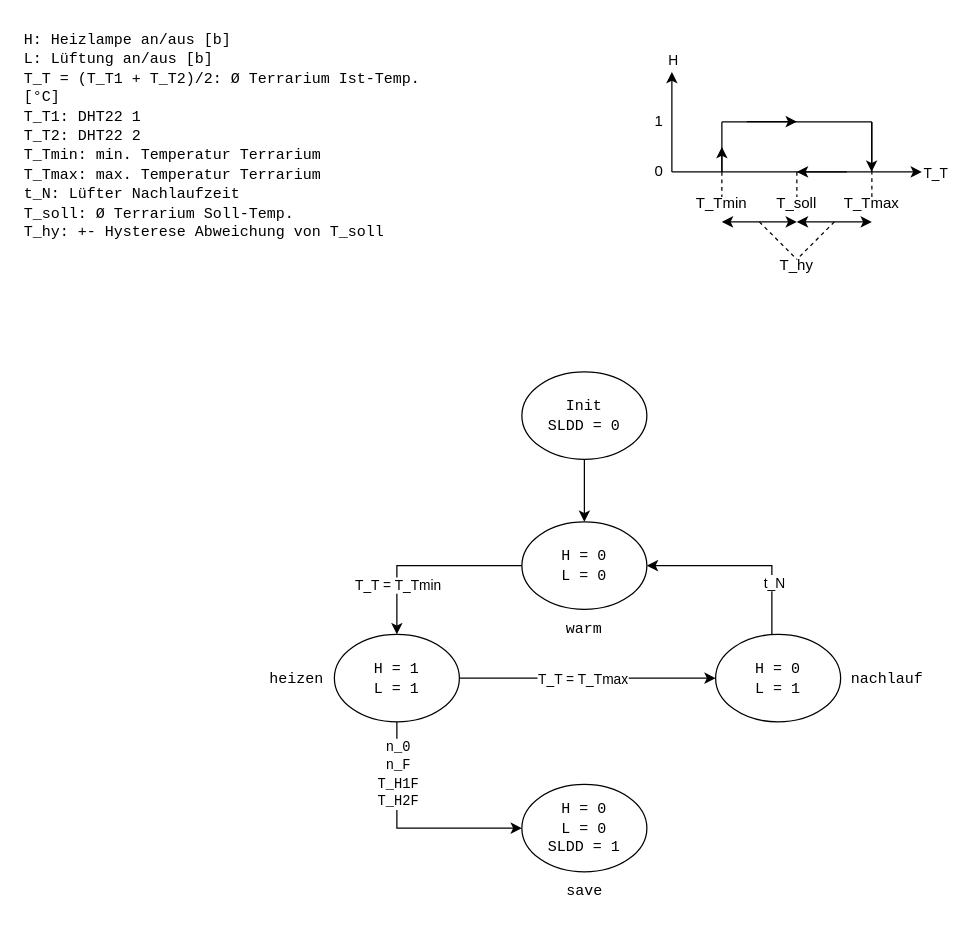
This is architecture.drawio from vasing/PCLueftersteuerung, a draw.io file, before an edit. Source tidied: cells renumbered, new cells numbered last; positions are measured from the earlier drawing's top-left corner, leaving out a move shared by most shapes. Both pictures are drawn from the tidied source at 125%, with x=0, y=0 at pixel (21, 21).
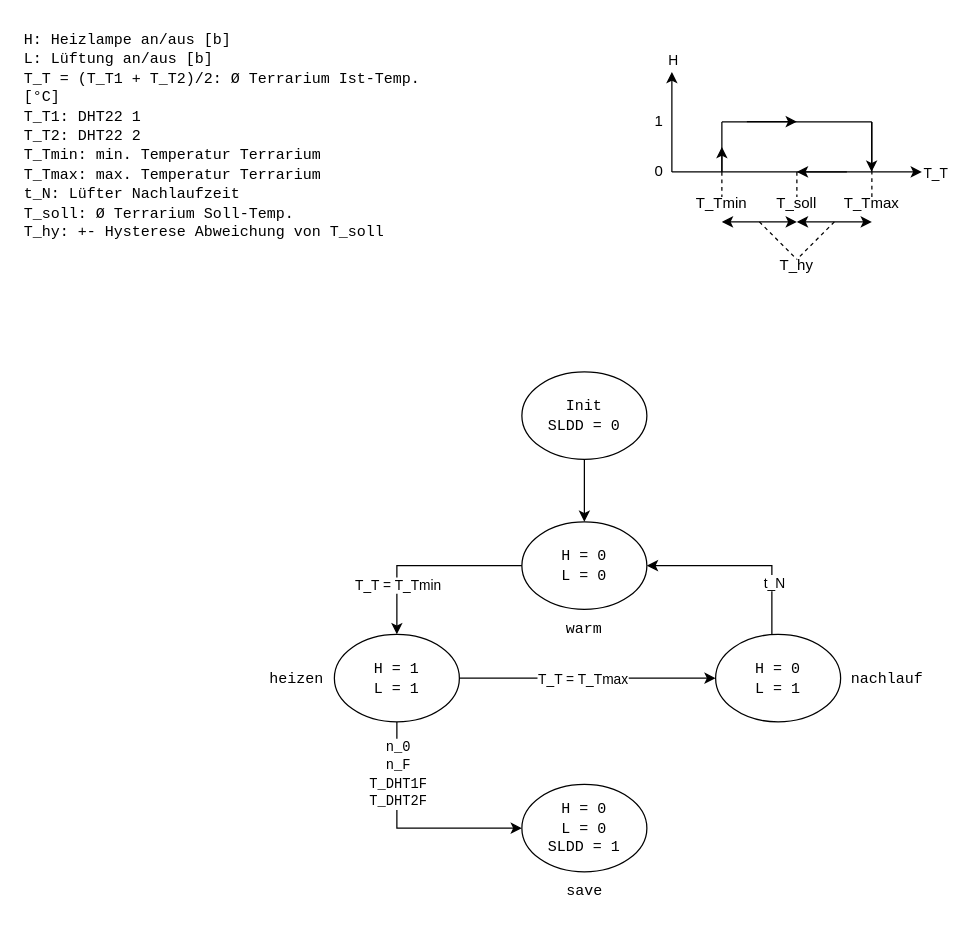
After the change.

Unchanged cells that the change refers to:
```xml
<mxCell id="14" style="edgeStyle=orthogonalEdgeStyle;rounded=0;jettySize=auto;html=1;entryX=0;entryY=0.5;entryDx=0;entryDy=0;" parent="1" edge="1" source="16" target="45">
  <mxGeometry relative="1" as="geometry">
    <Array as="points">
      <mxPoint x="300" y="645" />
    </Array>
  </mxGeometry>
</mxCell>
```

Change to the diagram source:
```diff
@@
-    <mxCell id="15" value="&lt;font face=&quot;Courier New&quot;&gt;n_0 &lt;br&gt;n_F&lt;br&gt;T_H1F&lt;br&gt;T_H2F&lt;/font&gt;" style="edgeLabel;html=1;align=center;verticalAlign=middle;" parent="14" vertex="1">
+    <mxCell id="15" value="&lt;font face=&quot;Courier New&quot;&gt;n_0 &lt;br&gt;n_F&lt;br&gt;T_DHT1F&lt;br&gt;T_DHT2F&lt;/font&gt;" style="edgeLabel;html=1;align=center;verticalAlign=middle;" parent="14" vertex="1">
       <mxGeometry x="-0.69" y="-1" relative="1" as="geometry">
         <mxPoint x="1" y="12" as="offset" />
       </mxGeometry>
     </mxCell>
```
